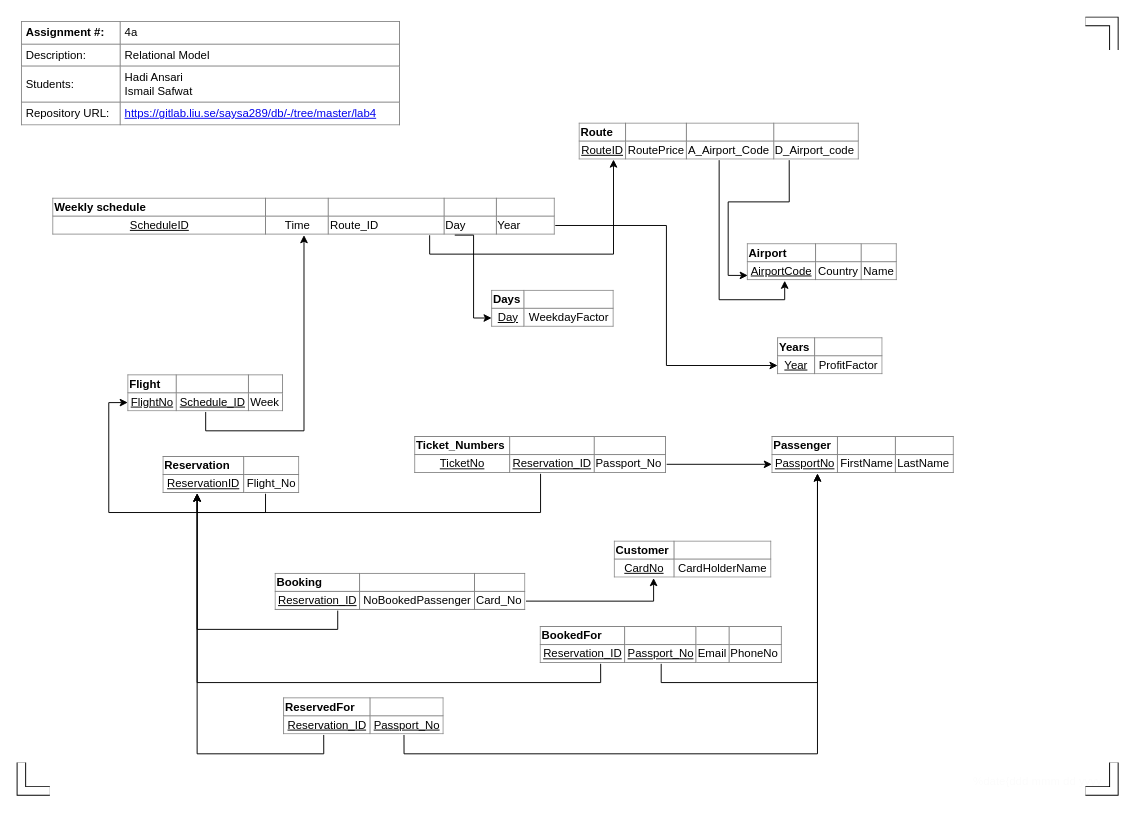
Above: page "Relational Model" (2 of 2) of lab4/Assignment4b.drawio in hadi-ansari/TDDD12 (draw.io), before the change. Source tidied: cells renumbered, new cells numbered last; positions are measured from the earlier drawing's top-left corner, leaving out a move shared by most shapes. Both pictures are drawn from the tidied source at 95%, with x=0, y=0 at pixel (21, 21).
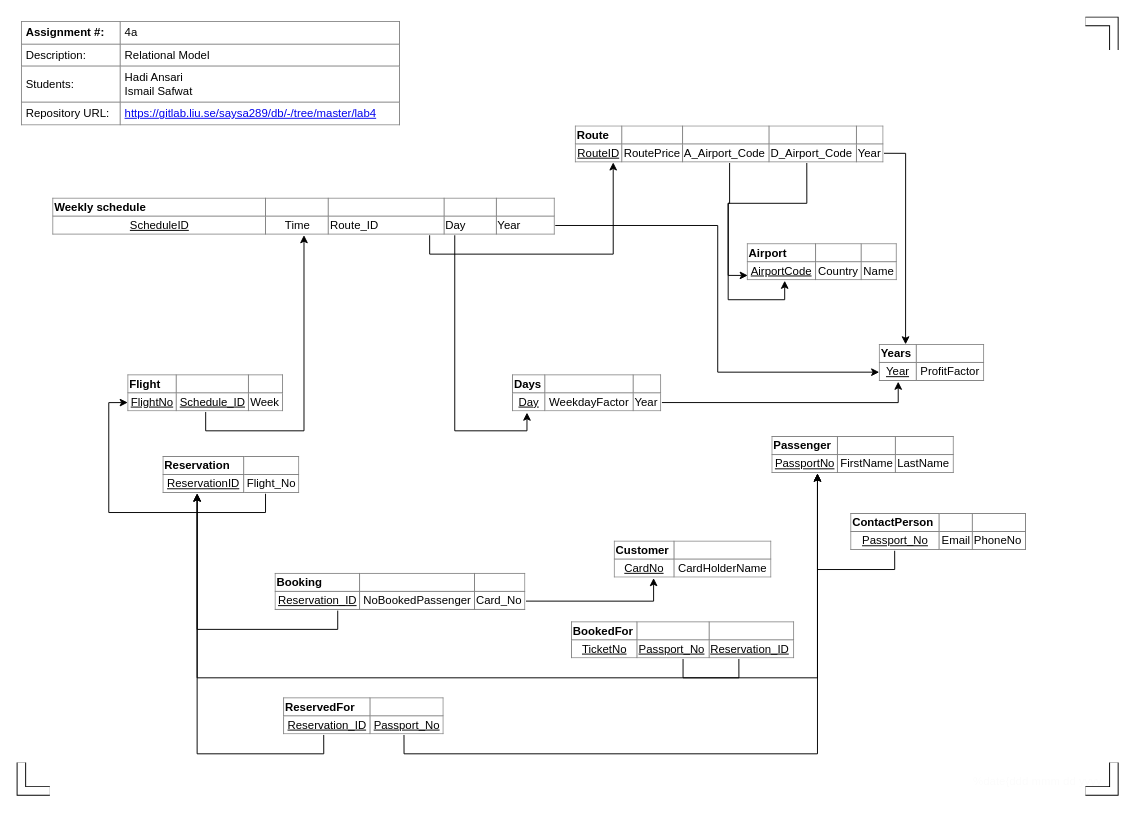
The same diagram, later.

The change refers to these unchanged cells:
```xml
<mxCell id="3" value="&lt;table border=&quot;1&quot; width=&quot;100%&quot; style=&quot;width: 100% ; height: 100% ; border-collapse: collapse&quot;&gt;&lt;tbody&gt;&lt;tr&gt;&lt;td&gt;&lt;b&gt;Weekly schedule&lt;/b&gt;&lt;/td&gt;&lt;td&gt;&lt;br&gt;&lt;/td&gt;&lt;td&gt;&lt;br&gt;&lt;/td&gt;&lt;td&gt;&lt;br&gt;&lt;/td&gt;&lt;td&gt;&lt;br&gt;&lt;/td&gt;&lt;/tr&gt;&lt;tr&gt;&lt;td style=&quot;text-align: center&quot;&gt;&lt;u&gt;ScheduleID&lt;/u&gt;&lt;/td&gt;&lt;td style=&quot;text-align: center&quot;&gt;Time&lt;/td&gt;&lt;td&gt;Route_ID&lt;/td&gt;&lt;td&gt;Day&lt;/td&gt;&lt;td&gt;Year&lt;/td&gt;&lt;/tr&gt;&lt;/tbody&gt;&lt;/table&gt;" style="text;html=1;strokeColor=none;fillColor=#ffffff;overflow=fill;points=[[0,0,0,0,0],[0,0.26,0,0,0],[0,0.51,0,0,0],[0,0.74,0,0,0],[0,1,0,0,0],[0.2,1,0,0,0],[0.25,0,0,0,0],[0.25,1,0,0,0],[0.4,1,0,0,0],[0.5,0,0,0,0],[0.5,1,0,0,0],[0.6,1,0,0,0],[0.75,0,0,0,0],[0.75,1,0,0,0],[0.8,1,0,0,0],[1,0,0,0,0],[1,0.26,0,0,0],[1,0.51,0,0,0],[1,0.74,0,0,0],[1,1,0,0,0]];" parent="1" vertex="1">
  <mxGeometry x="33" y="186" width="529" height="39" as="geometry" />
</mxCell>
<mxCell id="10" value="&lt;table border=&quot;1&quot; width=&quot;100%&quot; style=&quot;width: 100% ; height: 100% ; border-collapse: collapse&quot;&gt;&lt;tbody&gt;&lt;tr&gt;&lt;td&gt;&lt;b&gt;Reservation&lt;/b&gt;&lt;/td&gt;&lt;td&gt;&lt;br&gt;&lt;/td&gt;&lt;/tr&gt;&lt;tr&gt;&lt;td style=&quot;text-align: center&quot;&gt;&lt;u&gt;ReservationID&lt;/u&gt;&lt;/td&gt;&lt;td style=&quot;text-align: center&quot;&gt;Flight_No&lt;/td&gt;&lt;/tr&gt;&lt;/tbody&gt;&lt;/table&gt;" style="text;html=1;strokeColor=none;fillColor=#ffffff;overflow=fill;" parent="1" vertex="1">
  <mxGeometry x="149" y="458" width="144" height="39" as="geometry" />
</mxCell>
<mxCell id="11" value="&lt;table border=&quot;1&quot; width=&quot;100%&quot; style=&quot;width: 100% ; height: 100% ; border-collapse: collapse&quot;&gt;&lt;tbody&gt;&lt;tr&gt;&lt;td&gt;&lt;b&gt;Passenger&lt;/b&gt;&lt;/td&gt;&lt;td&gt;&lt;br&gt;&lt;/td&gt;&lt;td&gt;&lt;br&gt;&lt;/td&gt;&lt;/tr&gt;&lt;tr&gt;&lt;td style=&quot;text-align: center&quot;&gt;&lt;u&gt;PassportNo&lt;/u&gt;&lt;/td&gt;&lt;td style=&quot;text-align: center&quot;&gt;FirstName&lt;/td&gt;&lt;td&gt;LastName&lt;/td&gt;&lt;/tr&gt;&lt;/tbody&gt;&lt;/table&gt;" style="text;html=1;strokeColor=none;fillColor=#ffffff;overflow=fill;" parent="1" vertex="1">
  <mxGeometry x="790" y="437" width="192" height="39" as="geometry" />
</mxCell>
```

The edit, as a diff of the source:
```diff
@@
+    <mxCell id="25" style="edgeStyle=orthogonalEdgeStyle;rounded=0;jettySize=auto;html=1;exitX=0.8;exitY=1;exitDx=0;exitDy=0;exitPerimeter=0;entryX=0.097;entryY=1.021;entryDx=0;entryDy=0;entryPerimeter=0;" parent="1" edge="1" source="3" target="15">
+      <mxGeometry relative="1" as="geometry" />
+    </mxCell>
@@
+    <mxCell id="35" style="edgeStyle=orthogonalEdgeStyle;rounded=0;jettySize=auto;html=1;exitX=1;exitY=0.74;exitDx=0;exitDy=0;exitPerimeter=0;entryX=0.25;entryY=0;entryDx=0;entryDy=0;" parent="1" edge="1" source="14" target="16">
+      <mxGeometry relative="1" as="geometry" />
+    </mxCell>
-    <mxCell id="14" value="&lt;table border=&quot;1&quot; width=&quot;100%&quot; style=&quot;width: 100% ; height: 100% ; border-collapse: collapse&quot;&gt;&lt;tbody&gt;&lt;tr&gt;&lt;td&gt;&lt;b&gt;Route&lt;/b&gt;&lt;/td&gt;&lt;td&gt;&lt;br&gt;&lt;/td&gt;&lt;td&gt;&lt;br&gt;&lt;/td&gt;&lt;td&gt;&lt;br&gt;&lt;/td&gt;&lt;/tr&gt;&lt;tr&gt;&lt;td style=&quot;text-align: center&quot;&gt;&lt;u&gt;RouteID&lt;/u&gt;&lt;/td&gt;&lt;td style=&quot;text-align: center&quot;&gt;RoutePrice&lt;/td&gt;&lt;td&gt;A_Airport_Code&lt;/td&gt;&lt;td&gt;D_Airport_code&lt;/td&gt;&lt;/tr&gt;&lt;/tbody&gt;&lt;/table&gt;" style="text;html=1;strokeColor=none;fillColor=#ffffff;overflow=fill;points=[[0,0,0,0,0],[0,0.26,0,0,0],[0,0.5,0,0,0],[0,0.51,0,0,0],[0,0.74,0,0,0],[0,1,0,0,0],[0.25,0,0,0,0],[0.25,1,0,0,0],[0.5,0,0,0,0],[0.5,1,0,0,0],[0.75,0,0,0,0],[0.75,1,0,0,0],[1,0,0,0,0],[1,0.26,0,0,0],[1,0.51,0,0,0],[1,0.74,0,0,0],[1,1,0,0,0]];" parent="1" vertex="1">
-      <mxGeometry x="587" y="107" width="295" height="39" as="geometry" />
+    <mxCell id="14" value="&lt;table border=&quot;1&quot; width=&quot;100%&quot; style=&quot;width: 100% ; height: 100% ; border-collapse: collapse&quot;&gt;&lt;tbody&gt;&lt;tr&gt;&lt;td&gt;&lt;b&gt;Route&lt;/b&gt;&lt;/td&gt;&lt;td&gt;&lt;br&gt;&lt;/td&gt;&lt;td&gt;&lt;br&gt;&lt;/td&gt;&lt;td&gt;&lt;br&gt;&lt;/td&gt;&lt;td&gt;&lt;br&gt;&lt;/td&gt;&lt;/tr&gt;&lt;tr&gt;&lt;td style=&quot;text-align: center&quot;&gt;&lt;u&gt;RouteID&lt;/u&gt;&lt;/td&gt;&lt;td style=&quot;text-align: center&quot;&gt;RoutePrice&lt;/td&gt;&lt;td&gt;A_Airport_Code&lt;/td&gt;&lt;td&gt;D_Airport_Code&lt;/td&gt;&lt;td&gt;Year&lt;/td&gt;&lt;/tr&gt;&lt;/tbody&gt;&lt;/table&gt;" style="text;html=1;strokeColor=none;fillColor=#ffffff;overflow=fill;points=[[0,0,0,0,0],[0,0.26,0,0,0],[0,0.5,0,0,0],[0,0.51,0,0,0],[0,0.74,0,0,0],[0,1,0,0,0],[0.25,0,0,0,0],[0.25,1,0,0,0],[0.5,0,0,0,0],[0.5,1,0,0,0],[0.75,0,0,0,0],[0.75,1,0,0,0],[1,0,0,0,0],[1,0.26,0,0,0],[1,0.51,0,0,0],[1,0.74,0,0,0],[1,1,0,0,0]];" parent="1" vertex="1">
+      <mxGeometry x="583" y="110" width="325" height="39" as="geometry" />
     </mxCell>
+    <mxCell id="36" style="edgeStyle=orthogonalEdgeStyle;rounded=0;jettySize=auto;html=1;exitX=1;exitY=0.75;exitDx=0;exitDy=0;entryX=0.18;entryY=1.007;entryDx=0;entryDy=0;entryPerimeter=0;" parent="1" edge="1" source="15" target="16">
+      <mxGeometry relative="1" as="geometry" />
+    </mxCell>
-    <mxCell id="15" value="&lt;table border=&quot;1&quot; width=&quot;100%&quot; style=&quot;width: 100% ; height: 100% ; border-collapse: collapse&quot;&gt;&lt;tbody&gt;&lt;tr&gt;&lt;td&gt;&lt;b&gt;Days&lt;/b&gt;&lt;/td&gt;&lt;td&gt;&lt;br&gt;&lt;/td&gt;&lt;/tr&gt;&lt;tr&gt;&lt;td style=&quot;text-align: center&quot;&gt;&lt;u&gt;Day&lt;/u&gt;&lt;/td&gt;&lt;td style=&quot;text-align: center&quot;&gt;WeekdayFactor&lt;/td&gt;&lt;/tr&gt;&lt;/tbody&gt;&lt;/table&gt;" style="text;html=1;strokeColor=none;fillColor=#ffffff;overflow=fill;" parent="1" vertex="1">
-      <mxGeometry x="495" y="283" width="129" height="39" as="geometry" />
+    <mxCell id="15" value="&lt;table border=&quot;1&quot; width=&quot;100%&quot; style=&quot;width: 100% ; height: 100% ; border-collapse: collapse&quot;&gt;&lt;tbody&gt;&lt;tr&gt;&lt;td&gt;&lt;b&gt;Days&lt;/b&gt;&lt;/td&gt;&lt;td&gt;&lt;br&gt;&lt;/td&gt;&lt;td&gt;&lt;/td&gt;&lt;/tr&gt;&lt;tr&gt;&lt;td style=&quot;text-align: center&quot;&gt;&lt;u&gt;Day&lt;/u&gt;&lt;/td&gt;&lt;td style=&quot;text-align: center&quot;&gt;WeekdayFactor&lt;/td&gt;&lt;td&gt;Year&lt;/td&gt;&lt;/tr&gt;&lt;/tbody&gt;&lt;/table&gt;" style="text;html=1;strokeColor=none;fillColor=#ffffff;overflow=fill;" parent="1" vertex="1">
+      <mxGeometry x="517" y="372" width="157" height="39" as="geometry" />
     </mxCell>
     <mxCell id="16" value="&lt;table border=&quot;1&quot; width=&quot;100%&quot; style=&quot;width: 100% ; height: 100% ; border-collapse: collapse&quot;&gt;&lt;tbody&gt;&lt;tr&gt;&lt;td&gt;&lt;b&gt;Years&lt;/b&gt;&lt;/td&gt;&lt;td&gt;&lt;br&gt;&lt;/td&gt;&lt;/tr&gt;&lt;tr&gt;&lt;td style=&quot;text-align: center&quot;&gt;&lt;u&gt;Year&lt;/u&gt;&lt;/td&gt;&lt;td style=&quot;text-align: center&quot;&gt;ProfitFactor&lt;/td&gt;&lt;/tr&gt;&lt;/tbody&gt;&lt;/table&gt;" style="text;html=1;strokeColor=none;fillColor=#ffffff;overflow=fill;" parent="1" vertex="1">
-      <mxGeometry x="796" y="333" width="111" height="39" as="geometry" />
+      <mxGeometry x="903" y="340" width="111" height="39" as="geometry" />
     </mxCell>
@@
-    <mxCell id="25" style="edgeStyle=elbowEdgeStyle;elbow=horizontal;endArrow=classic;html=1;rounded=0;exitX=0.8;exitY=1;exitDx=0;exitDy=0;exitPerimeter=0;entryX=0;entryY=0.75;entryDx=0;entryDy=0;" parent="1" edge="1" source="3" target="15">
-      <mxGeometry relative="1" as="geometry" />
-    </mxCell>
@@
+    <mxCell id="30" style="edgeStyle=orthogonalEdgeStyle;rounded=0;jettySize=auto;html=1;exitX=0.5;exitY=1;exitDx=0;exitDy=0;entryX=0.25;entryY=1;entryDx=0;entryDy=0;" parent="1" edge="1" source="31" target="11">
+      <mxGeometry relative="1" as="geometry" />
+    </mxCell>
-    <mxCell id="29" style="edgeStyle=orthogonalEdgeStyle;rounded=0;jettySize=auto;html=1;exitX=0.25;exitY=1;exitDx=0;exitDy=0;entryX=0.25;entryY=1;entryDx=0;entryDy=0;" parent="1" edge="1" source="31" target="10">
+    <mxCell id="29" style="edgeStyle=orthogonalEdgeStyle;rounded=0;jettySize=auto;html=1;exitX=0.75;exitY=1;exitDx=0;exitDy=0;entryX=0.25;entryY=1;entryDx=0;entryDy=0;" parent="1" edge="1" source="31" target="10">
       <mxGeometry relative="1" as="geometry" />
     </mxCell>
-    <mxCell id="30" style="edgeStyle=orthogonalEdgeStyle;rounded=0;jettySize=auto;html=1;exitX=0.5;exitY=1;exitDx=0;exitDy=0;entryX=0.25;entryY=1;entryDx=0;entryDy=0;" parent="1" edge="1" source="31" target="11">
-      <mxGeometry relative="1" as="geometry" />
-    </mxCell>
-    <mxCell id="31" value="&lt;table border=&quot;1&quot; width=&quot;100%&quot; style=&quot;width: 100% ; height: 100% ; border-collapse: collapse&quot;&gt;&lt;tbody&gt;&lt;tr&gt;&lt;td&gt;&lt;b&gt;BookedFor&lt;/b&gt;&lt;/td&gt;&lt;td&gt;&lt;br&gt;&lt;/td&gt;&lt;td&gt;&lt;br&gt;&lt;/td&gt;&lt;td&gt;&lt;br&gt;&lt;/td&gt;&lt;/tr&gt;&lt;tr&gt;&lt;td style=&quot;text-align: center&quot;&gt;&lt;u&gt;Reservation_ID&lt;/u&gt;&lt;/td&gt;&lt;td style=&quot;text-align: center&quot;&gt;&lt;u&gt;Passport_No&lt;/u&gt;&lt;/td&gt;&lt;td&gt;Email&lt;/td&gt;&lt;td&gt;PhoneNo&lt;/td&gt;&lt;/tr&gt;&lt;/tbody&gt;&lt;/table&gt;" style="text;html=1;strokeColor=none;fillColor=#ffffff;overflow=fill;" parent="1" vertex="1">
-      <mxGeometry x="546" y="637" width="255" height="39" as="geometry" />
+    <mxCell id="31" value="&lt;table border=&quot;1&quot; width=&quot;100%&quot; style=&quot;width: 100% ; height: 100% ; border-collapse: collapse&quot;&gt;&lt;tbody&gt;&lt;tr&gt;&lt;td&gt;&lt;b&gt;BookedFor&lt;/b&gt;&lt;/td&gt;&lt;td&gt;&lt;br&gt;&lt;/td&gt;&lt;td&gt;&lt;br&gt;&lt;/td&gt;&lt;/tr&gt;&lt;tr&gt;&lt;td style=&quot;text-align: center&quot;&gt;&lt;u&gt;TicketNo&lt;/u&gt;&lt;/td&gt;&lt;td&gt;&lt;u&gt;Passport_No&lt;/u&gt;&lt;/td&gt;&lt;td&gt;&lt;u&gt;Reservation_ID&lt;/u&gt;&lt;/td&gt;&lt;/tr&gt;&lt;/tbody&gt;&lt;/table&gt;" style="text;html=1;strokeColor=none;fillColor=#ffffff;overflow=fill;" parent="1" vertex="1">
+      <mxGeometry x="579" y="632" width="235" height="39" as="geometry" />
     </mxCell>
-    <mxCell id="32" style="edgeStyle=orthogonalEdgeStyle;rounded=0;jettySize=auto;html=1;exitX=0.5;exitY=1;exitDx=0;exitDy=0;entryX=0.25;entryY=1;entryDx=0;entryDy=0;" parent="1" edge="1" source="34" target="10">
-      <mxGeometry relative="1" as="geometry" />
-    </mxCell>
-    <mxCell id="33" style="edgeStyle=orthogonalEdgeStyle;rounded=0;jettySize=auto;html=1;exitX=1;exitY=0.75;exitDx=0;exitDy=0;entryX=0;entryY=0.75;entryDx=0;entryDy=0;" parent="1" edge="1" source="34" target="11">
-      <mxGeometry relative="1" as="geometry" />
-    </mxCell>
-    <mxCell id="34" value="&lt;table border=&quot;1&quot; width=&quot;100%&quot; style=&quot;width: 100% ; height: 100% ; border-collapse: collapse&quot;&gt;&lt;tbody&gt;&lt;tr&gt;&lt;td&gt;&lt;b&gt;Ticket_Numbers&lt;/b&gt;&lt;/td&gt;&lt;td&gt;&lt;br&gt;&lt;/td&gt;&lt;td&gt;&lt;br&gt;&lt;/td&gt;&lt;/tr&gt;&lt;tr&gt;&lt;td style=&quot;text-align: center&quot;&gt;&lt;u&gt;TicketNo&lt;/u&gt;&lt;/td&gt;&lt;td style=&quot;text-align: center&quot;&gt;&lt;u&gt;Reservation_ID&lt;/u&gt;&lt;/td&gt;&lt;td&gt;Passport_No&lt;/td&gt;&lt;/tr&gt;&lt;/tbody&gt;&lt;/table&gt;" style="text;html=1;strokeColor=none;fillColor=#ffffff;overflow=fill;" parent="1" vertex="1">
-      <mxGeometry x="414" y="437" width="265" height="39" as="geometry" />
-    </mxCell>
+    <mxCell id="37" style="edgeStyle=orthogonalEdgeStyle;rounded=0;jettySize=auto;html=1;exitX=0.25;exitY=1;exitDx=0;exitDy=0;entryX=0.25;entryY=1;entryDx=0;entryDy=0;" parent="1" edge="1" source="38" target="11">
+      <mxGeometry relative="1" as="geometry" />
+    </mxCell>
+    <mxCell id="38" value="&lt;table border=&quot;1&quot; width=&quot;100%&quot; style=&quot;width: 100% ; height: 100% ; border-collapse: collapse&quot;&gt;&lt;tbody&gt;&lt;tr&gt;&lt;td&gt;&lt;b&gt;ContactPerson&lt;/b&gt;&lt;/td&gt;&lt;td&gt;&lt;br&gt;&lt;/td&gt;&lt;td&gt;&lt;/td&gt;&lt;/tr&gt;&lt;tr&gt;&lt;td style=&quot;text-align: center&quot;&gt;&lt;u&gt;Passport_No&lt;/u&gt;&lt;/td&gt;&lt;td style=&quot;text-align: center&quot;&gt;Email&lt;/td&gt;&lt;td&gt;PhoneNo&lt;/td&gt;&lt;/tr&gt;&lt;/tbody&gt;&lt;/table&gt;" style="text;html=1;strokeColor=none;fillColor=#ffffff;overflow=fill;" parent="1" vertex="1">
+      <mxGeometry x="873" y="518" width="185" height="39" as="geometry" />
+    </mxCell>
```
